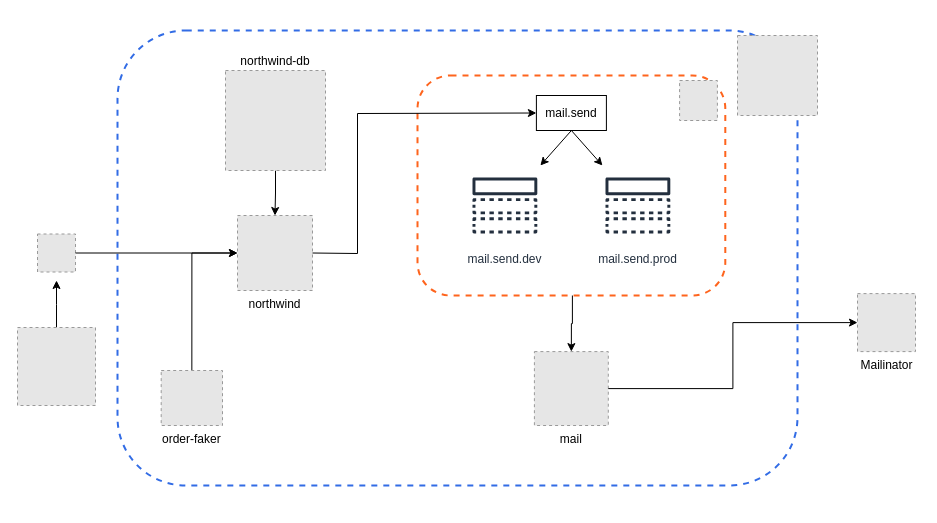
The draw.io diagram diagram.drawio.xml in redhat-developer-demos/northwind-traders, before the edit. Source tidied: cells renumbered, new cells numbered last; positions are measured from the earlier drawing's top-left corner, leaving out a move shared by most shapes. Both pictures are drawn from the tidied source at 100%, with x=0, y=0 at pixel (17, 30). Pictures stored in the file or linked from it are replaced by grey dashed boxes.
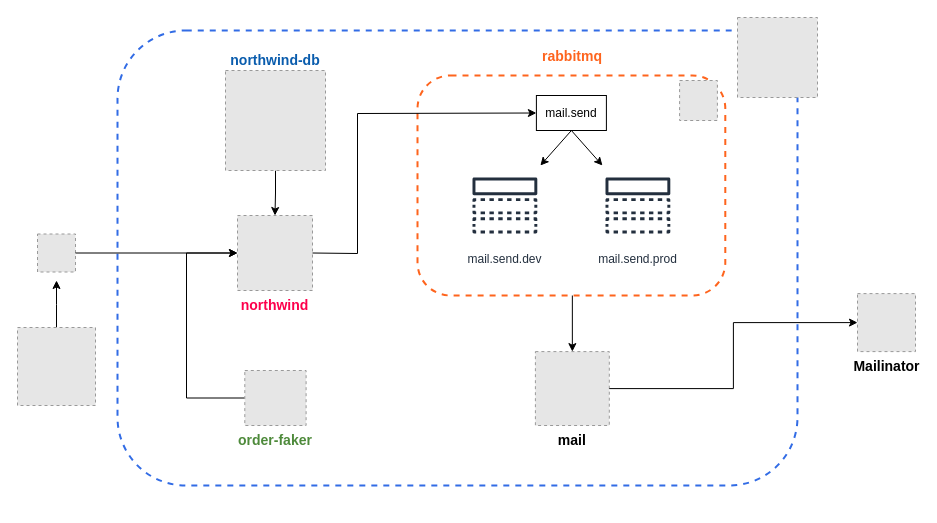
Above is the later version.

Change to the diagram source:
```diff
@@
-    <mxCell id="2" style="group;" parent="1" vertex="1">
+    <mxCell id="2" style="group;fontColor=#4D873A;fontSize=14;fontStyle=1;" parent="1" vertex="1">
       <mxGeometry x="100" y="20" width="708.2" height="455" as="geometry" />
     </mxCell>
@@
     <mxCell id="4" style="fillColor=#E6E6E6;strokeColor=#999999;dashed=1;verticalLabelPosition=bottom;labelBackgroundColor=#ffffff;verticalAlign=top;" parent="2" vertex="1">
-      <mxGeometry x="620" y="-15" width="80" height="80" as="geometry" />
+      <mxGeometry x="620" y="-33" width="80" height="80" as="geometry" />
     </mxCell>
-    <mxCell id="5" value="northwind" style="fillColor=#E6E6E6;strokeColor=#999999;dashed=1;verticalLabelPosition=bottom;labelBackgroundColor=#ffffff;verticalAlign=top;labelPosition=center;align=center;" parent="2" vertex="1">
+    <mxCell id="5" value="northwind" style="fillColor=#E6E6E6;strokeColor=#999999;dashed=1;verticalLabelPosition=bottom;labelBackgroundColor=#ffffff;verticalAlign=top;labelPosition=center;align=center;fontColor=#fd004c;fontSize=14;fontStyle=1;" parent="2" vertex="1">
       <mxGeometry x="120" y="165" width="75" height="75" as="geometry" />
     </mxCell>
@@
-    <mxCell id="7" value="northwind-db" style="fillColor=#E6E6E6;strokeColor=#999999;dashed=1;verticalLabelPosition=top;labelBackgroundColor=default;verticalAlign=bottom;labelPosition=center;align=center;" parent="2" vertex="1">
+    <mxCell id="7" value="northwind-db" style="fillColor=#E6E6E6;strokeColor=#999999;dashed=1;verticalLabelPosition=top;labelBackgroundColor=default;verticalAlign=bottom;labelPosition=center;align=center;fontColor=#095cad;fontSize=14;fontStyle=1;" parent="2" vertex="1">
       <mxGeometry x="108" y="20" width="100" height="100" as="geometry" />
     </mxCell>
@@
-    <mxCell id="19" style="edgeStyle=orthogonalEdgeStyle;rounded=0;jettySize=auto;html=1;entryX=0;entryY=0.5;entryDx=0;entryDy=0;startArrow=none;startFill=0;exitX=0.5;exitY=0;exitDx=0;exitDy=0;" parent="2" edge="1" source="20" target="5">
-      <mxGeometry relative="1" as="geometry" />
+    <mxCell id="19" style="edgeStyle=orthogonalEdgeStyle;rounded=0;jettySize=auto;html=1;entryX=0;entryY=0.5;entryDx=0;entryDy=0;startArrow=none;startFill=0;exitX=0;exitY=0.5;exitDx=0;exitDy=0;" parent="2" edge="1" source="20" target="5">
+      <mxGeometry relative="1" as="geometry">
+        <Array as="points">
+          <mxPoint x="69" y="348" />
+          <mxPoint x="69" y="203" />
+        </Array>
+      </mxGeometry>
     </mxCell>
-    <mxCell id="20" value="order-faker" style="fillColor=#E6E6E6;strokeColor=#999999;dashed=1;verticalLabelPosition=bottom;labelBackgroundColor=#ffffff;verticalAlign=top;" parent="2" vertex="1">
-      <mxGeometry x="43.7" y="320" width="61.3" height="55" as="geometry" />
+    <mxCell id="20" value="order-faker" style="fillColor=#E6E6E6;strokeColor=#999999;dashed=1;verticalLabelPosition=bottom;labelBackgroundColor=#ffffff;verticalAlign=top;fontColor=#4E8A3B;fontSize=14;fontStyle=1;" parent="2" vertex="1">
+      <mxGeometry x="127.3" y="320" width="61.3" height="55" as="geometry" />
     </mxCell>
-    <mxCell id="21" value="mail" style="fillColor=#E6E6E6;strokeColor=#999999;dashed=1;verticalLabelPosition=bottom;labelBackgroundColor=default;verticalAlign=top;" parent="2" vertex="1">
-      <mxGeometry x="416.9" y="301.1" width="73.9" height="73.9" as="geometry" />
+    <mxCell id="21" value="mail" style="fillColor=#E6E6E6;strokeColor=#999999;dashed=1;verticalLabelPosition=bottom;labelBackgroundColor=default;verticalAlign=top;fontSize=14;fontStyle=1;" parent="2" vertex="1">
+      <mxGeometry x="417.9" y="301.1" width="73.9" height="73.9" as="geometry" />
     </mxCell>
@@
+    <mxCell id="29" value="rabbitmq" style="text;html=1;strokeColor=none;fillColor=none;align=center;verticalAlign=middle;whiteSpace=wrap;rounded=0;fontColor=#FE641D;fontStyle=1;fontSize=14;" parent="2" vertex="1">
+      <mxGeometry x="424.9" y="-9" width="60" height="30" as="geometry" />
+    </mxCell>
@@
-    <mxCell id="25" value="Mailinator" style="fillColor=#E6E6E6;strokeColor=#999999;dashed=1;html=1;verticalAlign=top;verticalLabelPosition=bottom;labelBackgroundColor=#ffffff;" parent="1" vertex="1">
+    <mxCell id="25" value="Mailinator" style="fillColor=#E6E6E6;strokeColor=#999999;dashed=1;html=1;verticalAlign=top;verticalLabelPosition=bottom;labelBackgroundColor=#ffffff;fontSize=14;fontStyle=1;" parent="1" vertex="1">
       <mxGeometry x="840" y="263.1" width="58" height="58" as="geometry" />
     </mxCell>
```
